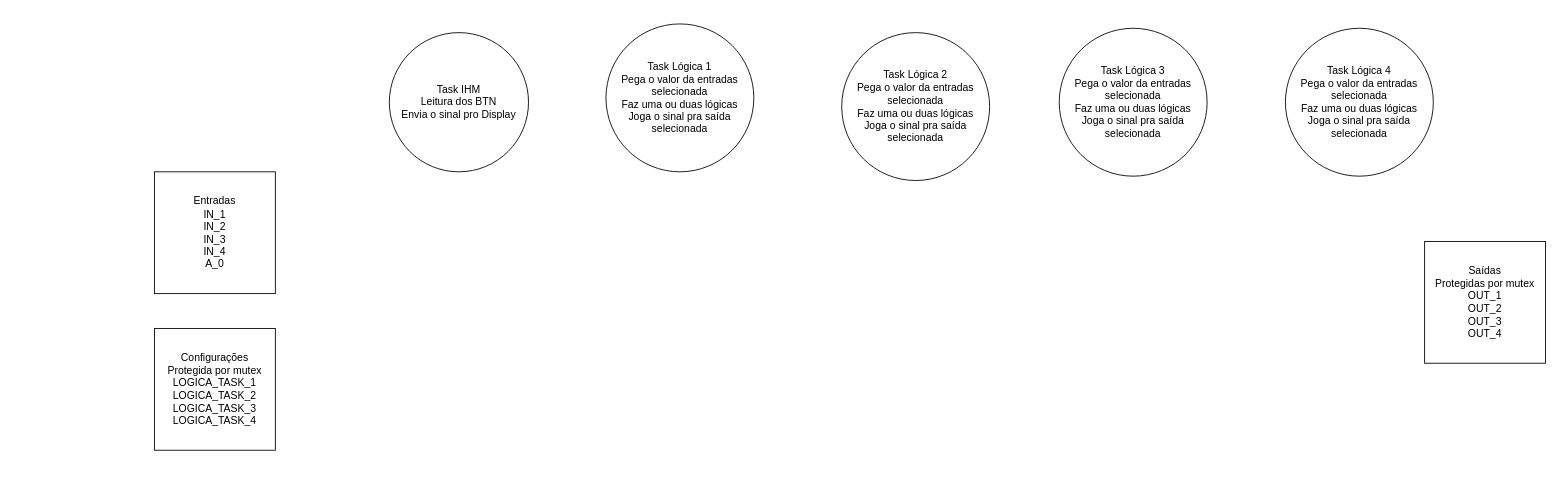
klauck-daniel/interfaceamentoDrivesUNISINOS keeps this draw.io diagram as 20230605_ESP32_TrabFinal/Diagrama sem nome.drawio. Above is the earlier version. Source tidied: cells renumbered, new cells numbered last; positions are measured from the earlier drawing's top-left corner, leaving out a move shared by most shapes. Both pictures are drawn from the tidied source at 87%, with x=0, y=0 at pixel (154, 23).
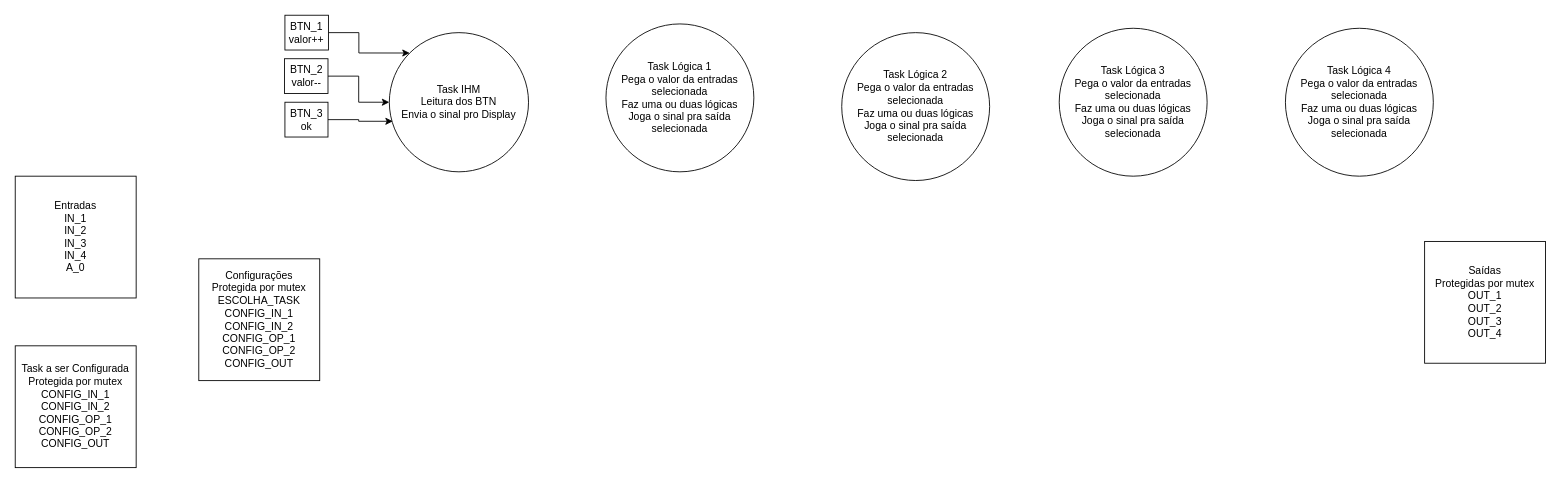
The same page after the edit.

What changed in the source:
```diff
@@
 <mxGraphModel>
   <root>
     <mxCell id="0" />
     <mxCell id="1" parent="0" />
     <mxCell id="2" value="Saídas&lt;br&gt;Protegidas por mutex&lt;br&gt;OUT_1&lt;br&gt;OUT_2&lt;br&gt;OUT_3&lt;br style=&quot;border-color: var(--border-color);&quot;&gt;OUT_4" style="rounded=0;whiteSpace=wrap;html=1;" parent="1" vertex="1">
       <mxGeometry x="1460" y="250" width="139" height="140" as="geometry" />
     </mxCell>
     <mxCell id="3" value="Task IHM&lt;br&gt;Leitura dos BTN&lt;br&gt;Envia o sinal pro Display" style="ellipse;whiteSpace=wrap;html=1;" parent="1" vertex="1">
       <mxGeometry x="270" y="10" width="160" height="160" as="geometry" />
     </mxCell>
     <mxCell id="4" value="Task Lógica 1&lt;br&gt;Pega o valor da entradas selecionada&lt;br&gt;Faz uma ou duas lógicas&lt;br&gt;Joga o sinal pra saída selecionada" style="ellipse;whiteSpace=wrap;html=1;" parent="1" vertex="1">
       <mxGeometry x="519" width="170" height="170" as="geometry" />
     </mxCell>
     <mxCell id="5" value="Task Lógica 2&lt;br&gt;Pega o valor da entradas selecionada&lt;br&gt;Faz uma ou duas lógicas&lt;br&gt;Joga o sinal pra saída selecionada" style="ellipse;whiteSpace=wrap;html=1;" parent="1" vertex="1">
       <mxGeometry x="790" y="10" width="170" height="170" as="geometry" />
     </mxCell>
     <mxCell id="6" value="Task Lógica 3&lt;br&gt;Pega o valor da entradas selecionada&lt;br&gt;Faz uma ou duas lógicas&lt;br&gt;Joga o sinal pra saída selecionada" style="ellipse;whiteSpace=wrap;html=1;" parent="1" vertex="1">
       <mxGeometry x="1040" y="5" width="170" height="170" as="geometry" />
     </mxCell>
     <mxCell id="7" value="Task Lógica 4&lt;br&gt;Pega o valor da entradas selecionada&lt;br&gt;Faz uma ou duas lógicas&lt;br&gt;Joga o sinal pra saída selecionada" style="ellipse;whiteSpace=wrap;html=1;" parent="1" vertex="1">
       <mxGeometry x="1300" y="5" width="170" height="170" as="geometry" />
     </mxCell>
     <mxCell id="8" value="Entradas&lt;br&gt;IN_1&lt;br&gt;IN_2&lt;br&gt;IN_3&lt;br&gt;IN_4&lt;br&gt;A_0" style="rounded=0;whiteSpace=wrap;html=1;" parent="1" vertex="1">
-      <mxGeometry y="170" width="139" height="140" as="geometry" />
+      <mxGeometry x="-160" y="175" width="139" height="140" as="geometry" />
     </mxCell>
-    <mxCell id="9" value="Configurações&lt;br&gt;Protegida por mutex&lt;br&gt;LOGICA_TASK_1&lt;br&gt;LOGICA_TASK_2&lt;br&gt;LOGICA_TASK_3&lt;br&gt;LOGICA_TASK_4" style="rounded=0;whiteSpace=wrap;html=1;" parent="1" vertex="1">
-      <mxGeometry y="350" width="139" height="140" as="geometry" />
+    <mxCell id="9" value="Configurações&lt;br&gt;Protegida por mutex&lt;br&gt;ESCOLHA_TASK&lt;br&gt;CONFIG_IN_1&lt;br&gt;CONFIG_IN_2&lt;br&gt;CONFIG_OP_1&lt;br&gt;CONFIG_OP_2&lt;br&gt;CONFIG_OUT" style="rounded=0;whiteSpace=wrap;html=1;" parent="1" vertex="1">
+      <mxGeometry x="51" y="270" width="139" height="140" as="geometry" />
     </mxCell>
+    <mxCell id="10" value="Task a ser Configurada&lt;br&gt;Protegida por mutex&lt;br&gt;CONFIG_IN_1&lt;br&gt;CONFIG_IN_2&lt;br&gt;CONFIG_OP_1&lt;br&gt;CONFIG_OP_2&lt;br&gt;CONFIG_OUT" style="rounded=0;whiteSpace=wrap;html=1;" parent="1" vertex="1">
+      <mxGeometry x="-160" y="370" width="139" height="140" as="geometry" />
+    </mxCell>
+    <mxCell id="11" style="edgeStyle=orthogonalEdgeStyle;rounded=0;jettySize=auto;html=1;entryX=0;entryY=0;entryDx=0;entryDy=0;" parent="1" edge="1" source="12" target="3">
+      <mxGeometry relative="1" as="geometry" />
+    </mxCell>
+    <mxCell id="12" value="BTN_1&lt;br&gt;valor++" style="rounded=0;whiteSpace=wrap;html=1;" parent="1" vertex="1">
+      <mxGeometry x="150" y="-10" width="50" height="40" as="geometry" />
+    </mxCell>
+    <mxCell id="13" style="edgeStyle=orthogonalEdgeStyle;rounded=0;jettySize=auto;html=1;" parent="1" edge="1" source="14" target="3">
+      <mxGeometry relative="1" as="geometry" />
+    </mxCell>
+    <mxCell id="14" value="BTN_2&lt;br&gt;valor--" style="rounded=0;whiteSpace=wrap;html=1;" parent="1" vertex="1">
+      <mxGeometry x="149.5" y="40" width="50" height="40" as="geometry" />
+    </mxCell>
+    <mxCell id="15" style="edgeStyle=orthogonalEdgeStyle;rounded=0;jettySize=auto;html=1;entryX=0.025;entryY=0.637;entryDx=0;entryDy=0;entryPerimeter=0;" parent="1" edge="1" source="16" target="3">
+      <mxGeometry relative="1" as="geometry" />
+    </mxCell>
+    <mxCell id="16" value="BTN_3&lt;br&gt;ok" style="rounded=0;whiteSpace=wrap;html=1;" parent="1" vertex="1">
+      <mxGeometry x="150" y="90" width="49.5" height="40" as="geometry" />
+    </mxCell>
   </root>
 </mxGraphModel>
```
